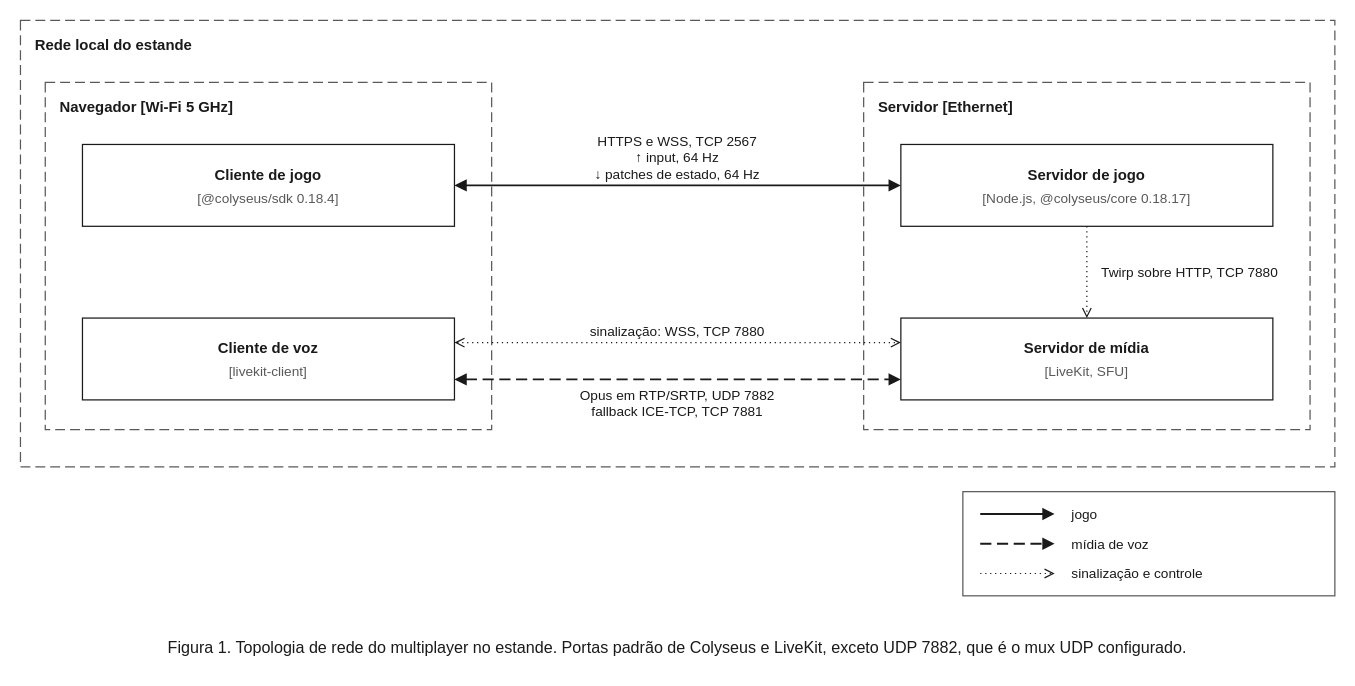
Evolutionary-Coders/shobu keeps this draw.io diagram as page "Figura 1. Topologia" (1 of 4) of docs/rede/arquitetura-de-rede.drawio. Above is the earlier version. Source tidied: cells renumbered, new cells numbered last; positions are measured from the earlier drawing's top-left corner, leaving out a move shared by most shapes. Both pictures are drawn from the tidied source at 124%, with x=0, y=0 at pixel (20, 20).
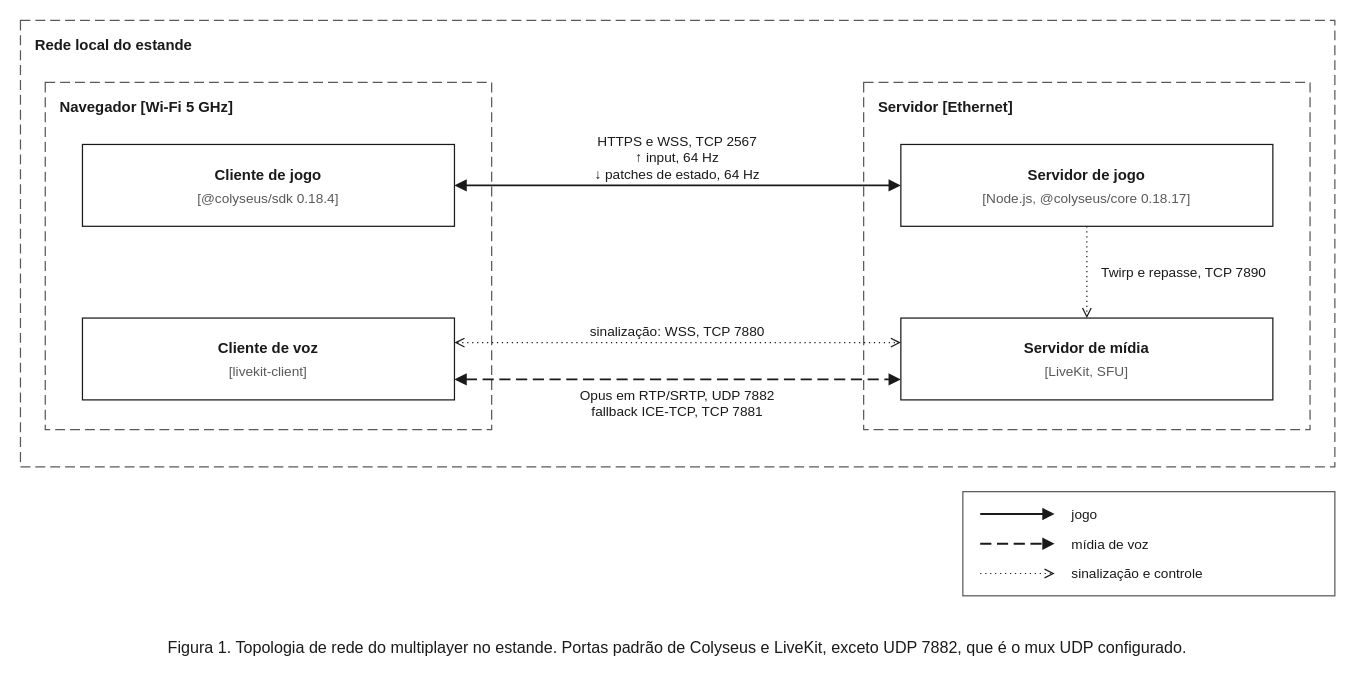
The same diagram, later.

The change refers to these unchanged cells:
```xml
<mxCell id="10" value="Servidor [Ethernet]" style="rounded=0;fillColor=none;strokeColor=#595959;dashed=1;dashPattern=8 4;verticalAlign=top;align=left;spacingLeft=10;spacingTop=6;fontFamily=Helvetica;fontSize=12;fontColor=#1a1a1a;html=0;fontStyle=1;" parent="2" vertex="1">
  <mxGeometry x="680" y="50" width="360" height="280" as="geometry" />
</mxCell>
<mxCell id="11" style="rounded=0;strokeColor=#1a1a1a;strokeWidth=1;fontFamily=Helvetica;fontSize=12;fontColor=#1a1a1a;html=0;fillColor=none;" parent="10" vertex="1">
  <mxGeometry x="30" y="50" width="300" height="66" as="geometry" />
</mxCell>
<mxCell id="14" style="rounded=0;strokeColor=#1a1a1a;strokeWidth=1;fontFamily=Helvetica;fontSize=12;fontColor=#1a1a1a;html=0;fillColor=none;" parent="10" vertex="1">
  <mxGeometry x="30" y="190" width="300" height="66" as="geometry" />
</mxCell>
```

What changed in the source:
```diff
@@
-    <mxCell id="17" value="Twirp sobre HTTP, TCP 7880" style="rounded=0;labelBackgroundColor=none;fontFamily=Helvetica;fontSize=12;fontColor=#1a1a1a;html=0;fontSize=11;strokeColor=#1a1a1a;strokeWidth=1;dashed=1;dashPattern=1 3;endArrow=open;endFill=0;align=left;" parent="10" edge="1" source="11" target="14">
+    <mxCell id="17" value="Twirp e repasse, TCP 7890" style="rounded=0;labelBackgroundColor=none;fontFamily=Helvetica;fontSize=12;fontColor=#1a1a1a;html=0;fontSize=11;strokeColor=#1a1a1a;strokeWidth=1;dashed=1;dashPattern=1 3;endArrow=open;endFill=0;align=left;" parent="10" edge="1" source="11" target="14">
       <mxGeometry relative="1" as="geometry">
         <mxPoint x="10" as="offset" />
       </mxGeometry>
     </mxCell>
```
